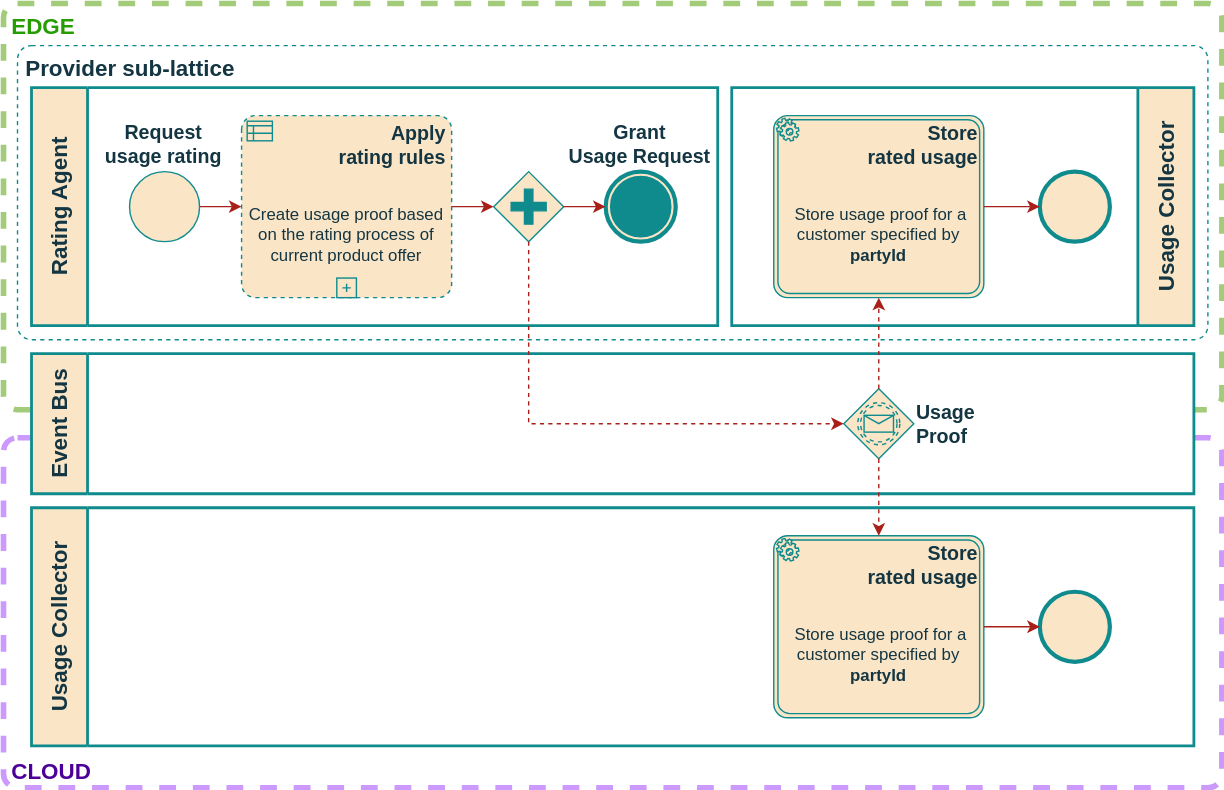
This is src/USE-CASES/UC-06/rating-bpm.svg from distributed-it-for-telco/distributed-rating-doc, a draw.io export, as it was before one commit. Source tidied: cells renumbered, new cells last; positions are measured from the earlier drawing's top-left corner, leaving out a move shared by most shapes.
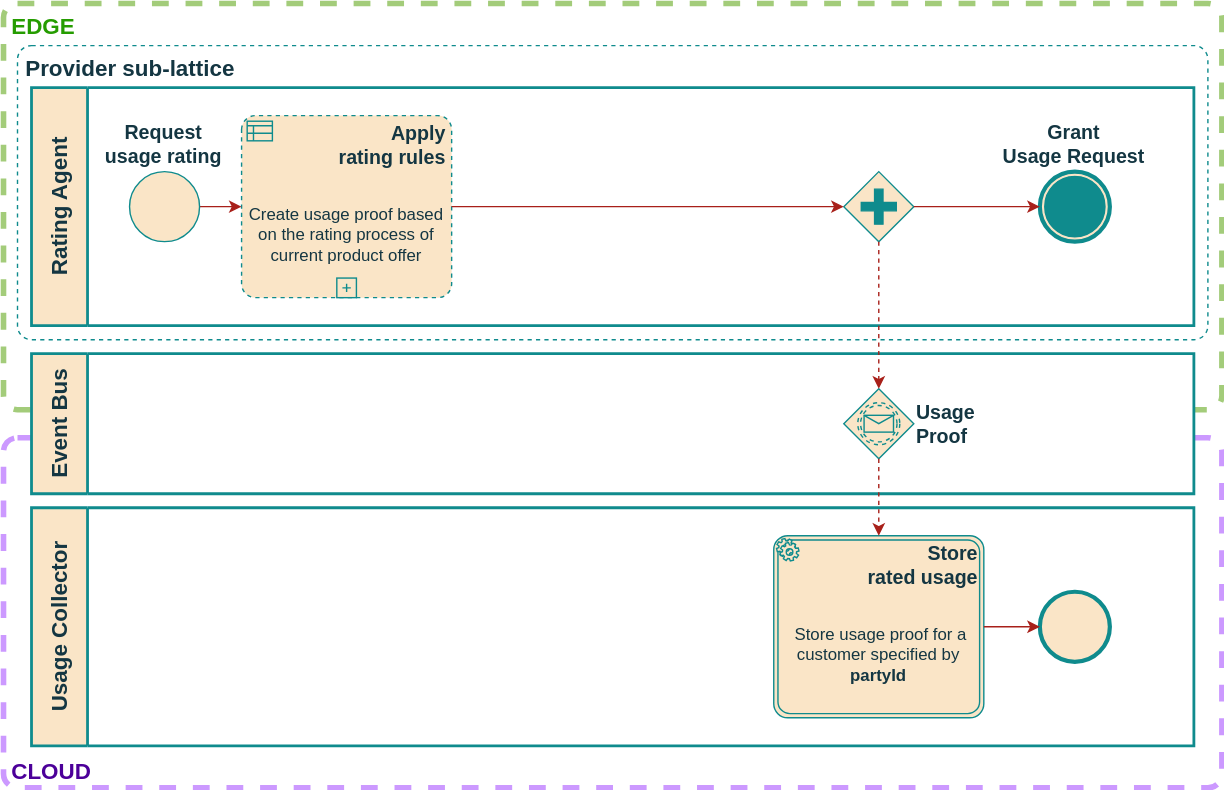
After the change.

Commit message:
fix: remove local Usage collector

The edit, as a diff of the source:
```diff
@@ -27,7 +27,7 @@
       <mxGeometry relative="1" as="geometry" />
     </mxCell>
     <mxCell id="10" value="Rating Agent" style="swimlane;html=1;startSize=40;fontStyle=1;horizontal=0;swimlaneLine=1;swimlaneFillColor=#ffffff;strokeWidth=2;whiteSpace=wrap;fillColor=#FAE5C7;strokeColor=#0F8B8D;fontSize=16;fontColor=#143642;labelBackgroundColor=none;" parent="1" vertex="1">
-      <mxGeometry x="20" y="60" width="490" height="170" as="geometry" />
+      <mxGeometry x="20" y="60" width="830" height="170" as="geometry" />
     </mxCell>
     <mxCell id="11" value="Apply&lt;br&gt;rating rules" style="points=[[0.25,0,0],[0.5,0,0],[0.75,0,0],[1,0.25,0],[1,0.5,0],[1,0.75,0],[0.75,1,0],[0.5,1,0],[0.25,1,0],[0,0.75,0],[0,0.5,0],[0,0.25,0]];shape=mxgraph.bpmn.task;whiteSpace=wrap;rectStyle=rounded;size=10;html=1;taskMarker=businessRule;strokeColor=#0F8B8D;align=right;verticalAlign=top;spacingRight=2;spacingTop=-2;spacing=2;fontFamily=Helvetica;fontSize=14;fontColor=#143642;fillColor=#FAE5C7;fontStyle=1;labelBackgroundColor=none;isLoopSub=1;bpmnShapeType=subprocess;" parent="10" vertex="1">
       <mxGeometry x="150" y="20" width="150" height="130" as="geometry" />
@@ -42,32 +42,17 @@
       <mxGeometry x="70" y="60" width="50" height="50" as="geometry" />
     </mxCell>
     <mxCell id="15" style="points=[[0.25,0.25,0],[0.5,0,0],[0.75,0.25,0],[1,0.5,0],[0.75,0.75,0],[0.5,1,0],[0.25,0.75,0],[0,0.5,0]];shape=mxgraph.bpmn.gateway2;html=1;verticalLabelPosition=bottom;labelBackgroundColor=none;verticalAlign=top;align=center;perimeter=rhombusPerimeter;outlineConnect=0;outline=none;symbol=none;gwType=parallel;strokeColor=#0F8B8D;fontColor=#143642;fillColor=#FAE5C7;" parent="10" vertex="1">
-      <mxGeometry x="330" y="60" width="50" height="50" as="geometry" />
+      <mxGeometry x="580" y="60" width="50" height="50" as="geometry" />
     </mxCell>
     <mxCell id="16" style="edgeStyle=orthogonalEdgeStyle;rounded=0;jettySize=auto;html=1;exitX=1;exitY=0.5;exitDx=0;exitDy=0;exitPerimeter=0;entryX=0;entryY=0.5;entryDx=0;entryDy=0;entryPerimeter=0;strokeColor=#A8201A;fontColor=#143642;fillColor=#FAE5C7;" parent="10" edge="1" source="11" target="15">
       <mxGeometry relative="1" as="geometry" />
     </mxCell>
     <mxCell id="17" value="Grant&lt;br&gt;Usage Request" style="points=[[0.145,0.145,0],[0.5,0,0],[0.855,0.145,0],[1,0.5,0],[0.855,0.855,0],[0.5,1,0],[0.145,0.855,0],[0,0.5,0]];shape=mxgraph.bpmn.event;html=1;verticalLabelPosition=top;labelBackgroundColor=none;verticalAlign=bottom;align=center;perimeter=ellipsePerimeter;outlineConnect=0;outline=end;symbol=terminate;strokeColor=#0F8B8D;spacingRight=2;spacingTop=-2;spacing=2;fontFamily=Helvetica;fontSize=14;fontColor=#143642;fillColor=#FAE5C7;fontStyle=1;labelPosition=center;" parent="10" vertex="1">
-      <mxGeometry x="410" y="60" width="50" height="50" as="geometry" />
+      <mxGeometry x="720" y="60" width="50" height="50" as="geometry" />
     </mxCell>
     <mxCell id="18" style="edgeStyle=orthogonalEdgeStyle;rounded=0;jettySize=auto;html=1;exitX=1;exitY=0.5;exitDx=0;exitDy=0;exitPerimeter=0;entryX=0;entryY=0.5;entryDx=0;entryDy=0;entryPerimeter=0;strokeColor=#A8201A;fontColor=#143642;fillColor=#FAE5C7;" parent="10" edge="1" source="15" target="17">
       <mxGeometry relative="1" as="geometry" />
     </mxCell>
-    <mxCell id="19" value="Usage Collector" style="swimlane;html=1;startSize=40;fontStyle=1;horizontal=0;swimlaneLine=1;swimlaneFillColor=#ffffff;strokeWidth=2;whiteSpace=wrap;fillColor=#FAE5C7;strokeColor=#0F8B8D;fontSize=16;fontColor=#143642;labelBackgroundColor=none;rotation=0;noLabel=0;direction=west;" parent="1" vertex="1">
-      <mxGeometry x="520" y="60" width="330" height="170" as="geometry" />
-    </mxCell>
-    <mxCell id="20" value="Store&lt;br&gt;rated usage" style="points=[[0.25,0,0],[0.5,0,0],[0.75,0,0],[1,0.25,0],[1,0.5,0],[1,0.75,0],[0.75,1,0],[0.5,1,0],[0.25,1,0],[0,0.75,0],[0,0.5,0],[0,0.25,0]];shape=mxgraph.bpmn.task;whiteSpace=wrap;rectStyle=rounded;size=10;html=1;taskMarker=service;strokeColor=#0F8B8D;align=right;verticalAlign=top;spacingRight=2;spacingTop=-2;spacing=2;fontFamily=Helvetica;fontSize=14;fontColor=#143642;fillColor=#FAE5C7;fontStyle=1;labelBackgroundColor=none;bpmnShapeType=transaction;" parent="19" vertex="1">
-      <mxGeometry x="30" y="20" width="150" height="130" as="geometry" />
-    </mxCell>
-    <mxCell id="21" value="&amp;nbsp;Store usage proof for a customer specified by &lt;b&gt;partyId&lt;/b&gt;" style="text;align=center;verticalAlign=middle;strokeColor=none;fillColor=none;fontColor=#143642;labelPosition=center;verticalLabelPosition=middle;overflow=width;comic=0;html=1;whiteSpace=wrap;spacing=2;spacingLeft=0;perimeterSpacing=1;fixedWidth=1;backgroundOutline=0;enumerate=0;fixDash=0;labelPadding=0;noLabel=0;shadow=0;spacingBottom=0;labelBackgroundColor=none;" parent="20" vertex="1">
-      <mxGeometry y="40" width="150" height="90" as="geometry" />
-    </mxCell>
-    <mxCell id="22" style="points=[[0.145,0.145,0],[0.5,0,0],[0.855,0.145,0],[1,0.5,0],[0.855,0.855,0],[0.5,1,0],[0.145,0.855,0],[0,0.5,0]];shape=mxgraph.bpmn.event;html=1;verticalLabelPosition=bottom;labelBackgroundColor=none;verticalAlign=top;align=center;perimeter=ellipsePerimeter;outlineConnect=0;outline=end;symbol=general;strokeColor=#0F8B8D;fontColor=#143642;fillColor=#FAE5C7;" parent="19" vertex="1">
-      <mxGeometry x="220" y="60" width="50" height="50" as="geometry" />
-    </mxCell>
-    <mxCell id="23" style="edgeStyle=orthogonalEdgeStyle;rounded=0;jettySize=auto;html=1;exitX=1;exitY=0.5;exitDx=0;exitDy=0;exitPerimeter=0;entryX=0;entryY=0.5;entryDx=0;entryDy=0;entryPerimeter=0;strokeColor=#A8201A;fontColor=#143642;fillColor=#FAE5C7;" parent="19" edge="1" source="20" target="22">
-      <mxGeometry relative="1" as="geometry" />
-    </mxCell>
     <mxCell id="24" value="Event Bus" style="swimlane;html=1;startSize=40;fontStyle=1;horizontal=0;swimlaneLine=1;swimlaneFillColor=#ffffff;strokeWidth=2;whiteSpace=wrap;fillColor=#FAE5C7;strokeColor=#0F8B8D;fontSize=16;fontColor=#143642;labelBackgroundColor=none;" parent="1" vertex="1">
       <mxGeometry x="20" y="250" width="830" height="100" as="geometry" />
     </mxCell>
@@ -84,12 +69,9 @@
     <mxCell id="27" value="Usage&lt;br style=&quot;border-color: var(--border-color); font-size: 14px;&quot;&gt;&lt;span style=&quot;font-size: 14px;&quot;&gt;Proof&lt;/span&gt;" style="points=[[0.25,0.25,0],[0.5,0,0],[0.75,0.25,0],[1,0.5,0],[0.75,0.75,0],[0.5,1,0],[0.25,0.75,0],[0,0.5,0]];shape=mxgraph.bpmn.gateway2;html=1;verticalLabelPosition=middle;labelBackgroundColor=#ffffff;verticalAlign=middle;align=left;perimeter=rhombusPerimeter;outlineConnect=0;outline=boundNonint;symbol=message;strokeColor=#0F8B8D;fontColor=#143642;fillColor=#FAE5C7;fontStyle=1;labelPosition=right;fontSize=14;" parent="24" vertex="1">
       <mxGeometry x="580" y="25" width="50" height="50" as="geometry" />
     </mxCell>
-    <mxCell id="28" style="edgeStyle=orthogonalEdgeStyle;rounded=0;jettySize=auto;html=1;exitX=0.5;exitY=1;exitDx=0;exitDy=0;exitPerimeter=0;entryX=0;entryY=0.5;entryDx=0;entryDy=0;entryPerimeter=0;strokeColor=#A8201A;fontColor=#143642;fillColor=#FAE5C7;dashed=1;" parent="1" edge="1" source="15" target="27">
+    <mxCell id="28" style="edgeStyle=orthogonalEdgeStyle;rounded=0;jettySize=auto;html=1;exitX=0.5;exitY=1;exitDx=0;exitDy=0;exitPerimeter=0;entryX=0.5;entryY=0;entryDx=0;entryDy=0;entryPerimeter=0;strokeColor=#A8201A;fontColor=#143642;fillColor=#FAE5C7;dashed=1;" parent="1" edge="1" source="15" target="27">
       <mxGeometry relative="1" as="geometry" />
     </mxCell>
-    <mxCell id="29" style="edgeStyle=orthogonalEdgeStyle;rounded=0;jettySize=auto;html=1;exitX=0.5;exitY=0;exitDx=0;exitDy=0;exitPerimeter=0;entryX=0.5;entryY=1;entryDx=0;entryDy=0;entryPerimeter=0;strokeColor=#A8201A;fontColor=#143642;fillColor=#FAE5C7;dashed=1;" parent="1" edge="1" source="27" target="20">
-      <mxGeometry relative="1" as="geometry" />
-    </mxCell>
     <mxCell id="30" style="edgeStyle=orthogonalEdgeStyle;rounded=0;jettySize=auto;html=1;exitX=0.5;exitY=1;exitDx=0;exitDy=0;exitPerimeter=0;entryX=0.5;entryY=0;entryDx=0;entryDy=0;entryPerimeter=0;strokeColor=#A8201A;fontColor=#143642;fillColor=#FAE5C7;dashed=1;" parent="1" edge="1" source="27" target="6">
       <mxGeometry relative="1" as="geometry" />
     </mxCell>
```
